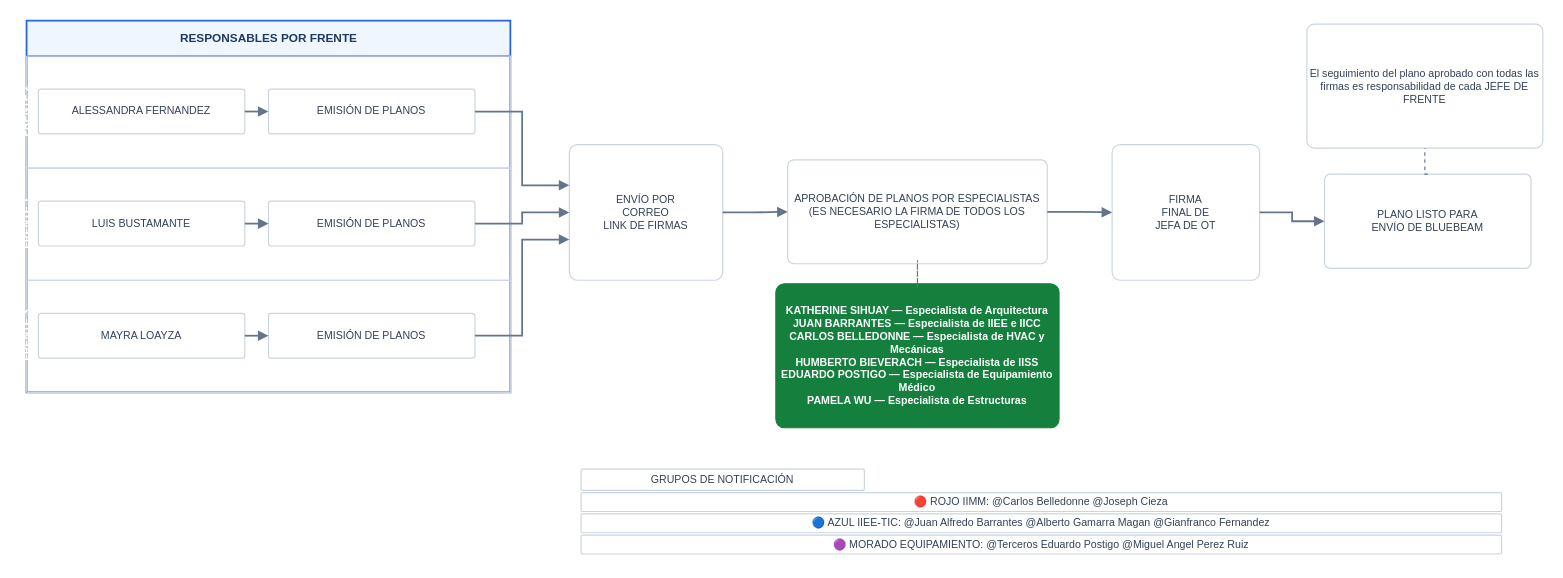
This is flujogramas_v2/FS_Planos_THSSB.drawio from ehchavezm-hub/15-otazangaro, a draw.io file, before an edit. Source tidied: cells renumbered, new cells numbered last; positions are measured from the earlier drawing's top-left corner, leaving out a move shared by most shapes. Both pictures are drawn from the tidied source at 118%, with x=0, y=0 at pixel (26, 20).
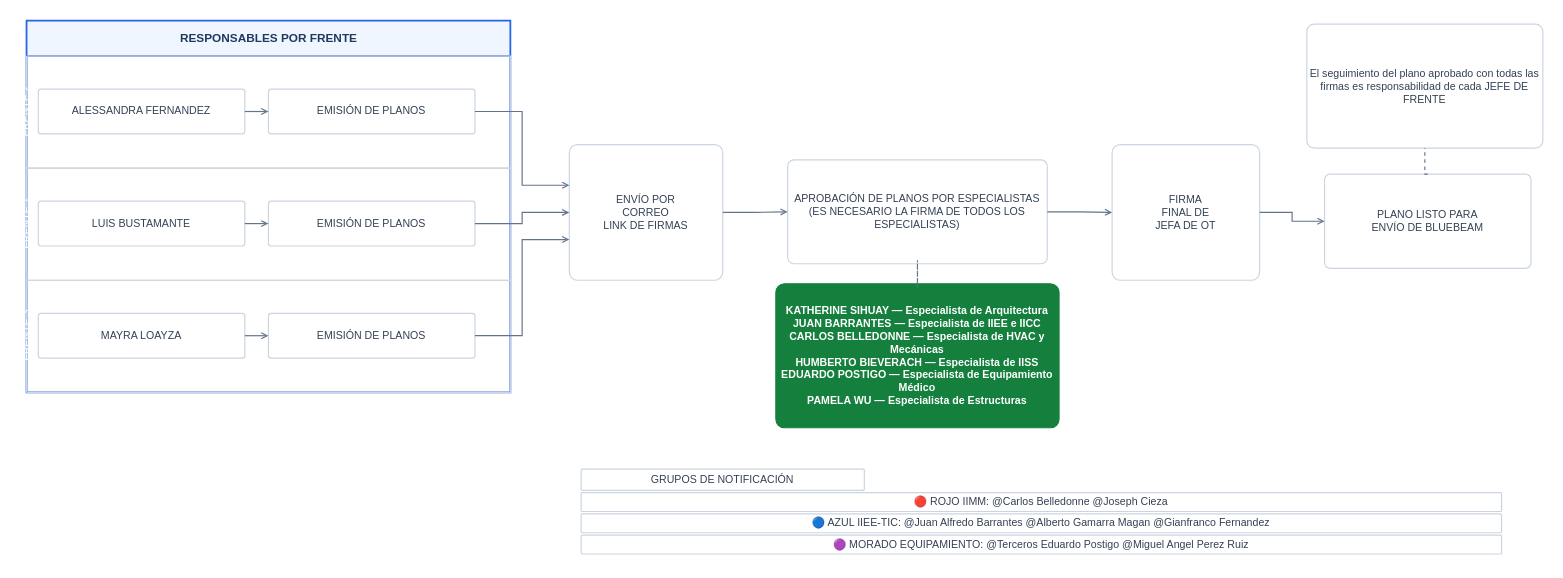
The same diagram, later.

The change refers to these unchanged cells:
```xml
<mxCell id="2" value="RESPONSABLES POR FRENTE" style="swimlane;startFill=0;startSize=30;html=1;swimlaneLine=1;fillColor=#F0F6FF;strokeColor=#2563EB;strokeWidth=1.5;fontColor=#1E3A5F;fontFamily=Helvetica;fontSize=10;fontStyle=1;" parent="1" vertex="1">
  <mxGeometry width="410" height="315" as="geometry" />
</mxCell>
<mxCell id="4" value="ALESSANDRA FERNANDEZ" style="rounded=1;arcSize=6;whiteSpace=wrap;html=1;fontFamily=Helvetica;fontSize=9;fillColor=#FFFFFF;strokeColor=#CBD5E1;fontColor=#334155;strokeWidth=1;" parent="3" vertex="1">
  <mxGeometry x="10" y="28" width="175" height="38" as="geometry" />
</mxCell>
<mxCell id="5" value="EMISIÓN DE PLANOS" style="rounded=1;arcSize=6;whiteSpace=wrap;html=1;fontFamily=Helvetica;fontSize=9;fillColor=#FFFFFF;strokeColor=#CBD5E1;fontColor=#334155;strokeWidth=1;" parent="3" vertex="1">
  <mxGeometry x="205" y="28" width="175" height="38" as="geometry" />
</mxCell>
<mxCell id="7" value="LUIS BUSTAMANTE" style="rounded=1;arcSize=6;whiteSpace=wrap;html=1;fontFamily=Helvetica;fontSize=9;fillColor=#FFFFFF;strokeColor=#CBD5E1;fontColor=#334155;strokeWidth=1;" parent="6" vertex="1">
  <mxGeometry x="10" y="28" width="175" height="38" as="geometry" />
</mxCell>
<mxCell id="8" value="EMISIÓN DE PLANOS" style="rounded=1;arcSize=6;whiteSpace=wrap;html=1;fontFamily=Helvetica;fontSize=9;fillColor=#FFFFFF;strokeColor=#CBD5E1;fontColor=#334155;strokeWidth=1;" parent="6" vertex="1">
  <mxGeometry x="205" y="28" width="175" height="38" as="geometry" />
</mxCell>
<mxCell id="10" value="MAYRA LOAYZA" style="rounded=1;arcSize=6;whiteSpace=wrap;html=1;fontFamily=Helvetica;fontSize=9;fillColor=#FFFFFF;strokeColor=#CBD5E1;fontColor=#334155;strokeWidth=1;" parent="9" vertex="1">
  <mxGeometry x="10" y="28" width="175" height="38" as="geometry" />
</mxCell>
<mxCell id="11" value="EMISIÓN DE PLANOS" style="rounded=1;arcSize=6;whiteSpace=wrap;html=1;fontFamily=Helvetica;fontSize=9;fillColor=#FFFFFF;strokeColor=#CBD5E1;fontColor=#334155;strokeWidth=1;" parent="9" vertex="1">
  <mxGeometry x="205" y="28" width="175" height="38" as="geometry" />
</mxCell>
<mxCell id="12" value="ENVÍO POR&lt;br/&gt;CORREO&lt;br/&gt;LINK DE FIRMAS" style="rounded=1;arcSize=6;whiteSpace=wrap;html=1;fontFamily=Helvetica;fontSize=9;fillColor=#FFFFFF;strokeColor=#CBD5E1;fontColor=#334155;strokeWidth=1;" parent="1" vertex="1">
  <mxGeometry x="460" y="105" width="130" height="115" as="geometry" />
</mxCell>
<mxCell id="13" value="APROBACIÓN DE PLANOS POR ESPECIALISTAS&lt;br/&gt;&lt;font style=&quot;font-size:9px;&quot;&gt;(ES NECESARIO LA FIRMA DE TODOS LOS ESPECIALISTAS)&lt;/font&gt;" style="rounded=1;arcSize=6;whiteSpace=wrap;html=1;fontFamily=Helvetica;fontSize=9;fillColor=#FFFFFF;strokeColor=#CBD5E1;fontColor=#334155;strokeWidth=1;" parent="1" vertex="1">
  <mxGeometry x="645" y="118" width="220" height="88" as="geometry" />
</mxCell>
<mxCell id="14" value="&lt;b&gt;KATHERINE SIHUAY&lt;/b&gt; — Especialista de Arquitectura&lt;br/&gt;&lt;b&gt;JUAN BARRANTES&lt;/b&gt; — Especialista de IIEE e IICC&lt;br/&gt;&lt;b&gt;CARLOS BELLEDONNE&lt;/b&gt; — Especialista de HVAC y Mecánicas&lt;br/&gt;&lt;b&gt;HUMBERTO BIEVERACH&lt;/b&gt; — Especialista de IISS&lt;br/&gt;&lt;b&gt;EDUARDO POSTIGO&lt;/b&gt; — Especialista de Equipamiento Médico&lt;br/&gt;&lt;b&gt;PAMELA WU&lt;/b&gt; — Especialista de Estructuras" style="rounded=1;arcSize=6;whiteSpace=wrap;html=1;fontFamily=Helvetica;fontSize=9;fontStyle=1;fillColor=#15803D;strokeColor=#15803D;fontColor=#FFFFFF;strokeWidth=1;" parent="1" vertex="1">
  <mxGeometry x="635" y="223" width="240" height="122" as="geometry" />
</mxCell>
<mxCell id="15" value="FIRMA&lt;br/&gt;FINAL DE&lt;br/&gt;JEFA DE OT" style="rounded=1;arcSize=6;whiteSpace=wrap;html=1;fontFamily=Helvetica;fontSize=9;fillColor=#FFFFFF;strokeColor=#CBD5E1;fontColor=#334155;strokeWidth=1;" parent="1" vertex="1">
  <mxGeometry x="920" y="105" width="125" height="115" as="geometry" />
</mxCell>
<mxCell id="16" value="El seguimiento del plano aprobado con todas las firmas es responsabilidad de cada JEFE DE FRENTE" style="rounded=1;arcSize=6;whiteSpace=wrap;html=1;fontFamily=Helvetica;fontSize=9;fillColor=#FFFFFF;strokeColor=#CBD5E1;fontColor=#334155;strokeWidth=1;" parent="1" vertex="1">
  <mxGeometry x="1085" y="3" width="200" height="105" as="geometry" />
</mxCell>
<mxCell id="17" value="PLANO LISTO PARA&lt;br/&gt;ENVÍO DE BLUEBEAM" style="rounded=1;arcSize=6;whiteSpace=wrap;html=1;fontFamily=Helvetica;fontSize=9;fillColor=#FFFFFF;strokeColor=#CBD5E1;fontColor=#334155;strokeWidth=1;" parent="1" vertex="1">
  <mxGeometry x="1100" y="130" width="175" height="80" as="geometry" />
</mxCell>
```

Change to the diagram source:
```diff
@@
-    <mxCell id="3" value="FRENTE 2" style="swimlane;startFill=1;swimlaneLine=1;startSize=0;horizontal=0;html=1;fillColor=#6B7280;strokeColor=#CBD5E1;fontColor=#FFFFFF;fontFamily=Helvetica;fontSize=9;fontStyle=1;" parent="2" vertex="1">
+    <mxCell id="3" value="FRENTE 2" style="swimlane;startFill=1;swimlaneLine=1;startSize=0;horizontal=0;html=1;fillColor=#6B7280;strokeColor=#D1D5DB;fontColor=#FFFFFF;fontFamily=Helvetica;fontSize=9;fontStyle=0;" parent="2" vertex="1">
       <mxGeometry y="30" width="410" height="95" as="geometry" />
     </mxCell>
@@
-    <mxCell id="6" value="FRENTE 1" style="swimlane;startFill=1;swimlaneLine=1;startSize=0;horizontal=0;html=1;fillColor=#6B7280;strokeColor=#CBD5E1;fontColor=#FFFFFF;fontFamily=Helvetica;fontSize=9;fontStyle=1;" parent="2" vertex="1">
+    <mxCell id="6" value="FRENTE 1" style="swimlane;startFill=1;swimlaneLine=1;startSize=0;horizontal=0;html=1;fillColor=#6B7280;strokeColor=#D1D5DB;fontColor=#FFFFFF;fontFamily=Helvetica;fontSize=9;fontStyle=0;" parent="2" vertex="1">
       <mxGeometry y="125" width="410" height="95" as="geometry" />
     </mxCell>
@@
-    <mxCell id="9" value="FRENTE 3" style="swimlane;startFill=1;swimlaneLine=1;startSize=0;horizontal=0;html=1;fillColor=#6B7280;strokeColor=#CBD5E1;fontColor=#FFFFFF;fontFamily=Helvetica;fontSize=9;fontStyle=1;" parent="2" vertex="1">
+    <mxCell id="9" value="FRENTE 3" style="swimlane;startFill=1;swimlaneLine=1;startSize=0;horizontal=0;html=1;fillColor=#6B7280;strokeColor=#D1D5DB;fontColor=#FFFFFF;fontFamily=Helvetica;fontSize=9;fontStyle=0;" parent="2" vertex="1">
       <mxGeometry y="220" width="410" height="95" as="geometry" />
     </mxCell>
@@
-    <mxCell id="23" style="edgeStyle=orthogonalEdgeStyle;rounded=0;jettySize=auto;html=1;strokeColor=#64748B;strokeWidth=1.5;endArrow=block;endFill=1;endSize=5;fontFamily=Helvetica;fontSize=8;fontStyle=0;fontColor=#475569;exitX=1;exitY=0.5;exitDx=0;exitDy=0;entryX=0;entryY=0.5;entryDx=0;entryDy=0;" parent="3" edge="1" source="4" target="5">
+    <mxCell id="23" style="edgeStyle=orthogonalEdgeStyle;rounded=0;jettySize=auto;html=1;strokeColor=#64748B;strokeWidth=1;endArrow=open;endFill=0;endSize=4;fontFamily=Helvetica;fontSize=7;fontStyle=0;fontColor=#475569;exitX=1;exitY=0.5;exitDx=0;exitDy=0;entryX=0;entryY=0.5;entryDx=0;entryDy=0;" parent="3" edge="1" source="4" target="5">
       <mxGeometry relative="1" as="geometry" />
     </mxCell>
-    <mxCell id="24" style="edgeStyle=orthogonalEdgeStyle;rounded=0;jettySize=auto;html=1;strokeColor=#64748B;strokeWidth=1.5;endArrow=block;endFill=1;endSize=5;fontFamily=Helvetica;fontSize=8;fontStyle=0;fontColor=#475569;exitX=1;exitY=0.5;exitDx=0;exitDy=0;entryX=0;entryY=0.5;entryDx=0;entryDy=0;" parent="6" edge="1" source="7" target="8">
+    <mxCell id="24" style="edgeStyle=orthogonalEdgeStyle;rounded=0;jettySize=auto;html=1;strokeColor=#64748B;strokeWidth=1;endArrow=open;endFill=0;endSize=4;fontFamily=Helvetica;fontSize=7;fontStyle=0;fontColor=#475569;exitX=1;exitY=0.5;exitDx=0;exitDy=0;entryX=0;entryY=0.5;entryDx=0;entryDy=0;" parent="6" edge="1" source="7" target="8">
       <mxGeometry relative="1" as="geometry" />
     </mxCell>
-    <mxCell id="25" style="edgeStyle=orthogonalEdgeStyle;rounded=0;jettySize=auto;html=1;strokeColor=#64748B;strokeWidth=1.5;endArrow=block;endFill=1;endSize=5;fontFamily=Helvetica;fontSize=8;fontStyle=0;fontColor=#475569;exitX=1;exitY=0.5;exitDx=0;exitDy=0;entryX=0;entryY=0.5;entryDx=0;entryDy=0;" parent="9" edge="1" source="10" target="11">
+    <mxCell id="25" style="edgeStyle=orthogonalEdgeStyle;rounded=0;jettySize=auto;html=1;strokeColor=#64748B;strokeWidth=1;endArrow=open;endFill=0;endSize=4;fontFamily=Helvetica;fontSize=7;fontStyle=0;fontColor=#475569;exitX=1;exitY=0.5;exitDx=0;exitDy=0;entryX=0;entryY=0.5;entryDx=0;entryDy=0;" parent="9" edge="1" source="10" target="11">
       <mxGeometry relative="1" as="geometry" />
     </mxCell>
-    <mxCell id="26" style="edgeStyle=orthogonalEdgeStyle;rounded=0;jettySize=auto;html=1;strokeColor=#64748B;strokeWidth=1.5;endArrow=block;endFill=1;endSize=5;fontFamily=Helvetica;fontSize=8;fontStyle=0;fontColor=#475569;exitX=1;exitY=0.5;exitDx=0;exitDy=0;entryX=0;entryY=0.3;entryDx=0;entryDy=0;" parent="1" edge="1" source="5" target="12">
+    <mxCell id="26" style="edgeStyle=orthogonalEdgeStyle;rounded=0;jettySize=auto;html=1;strokeColor=#64748B;strokeWidth=1;endArrow=open;endFill=0;endSize=4;fontFamily=Helvetica;fontSize=7;fontStyle=0;fontColor=#475569;exitX=1;exitY=0.5;exitDx=0;exitDy=0;entryX=0;entryY=0.3;entryDx=0;entryDy=0;" parent="1" edge="1" source="5" target="12">
       <mxGeometry relative="1" as="geometry" />
     </mxCell>
-    <mxCell id="27" style="edgeStyle=orthogonalEdgeStyle;rounded=0;jettySize=auto;html=1;strokeColor=#64748B;strokeWidth=1.5;endArrow=block;endFill=1;endSize=5;fontFamily=Helvetica;fontSize=8;fontStyle=0;fontColor=#475569;exitX=1;exitY=0.5;exitDx=0;exitDy=0;entryX=0;entryY=0.5;entryDx=0;entryDy=0;" parent="1" edge="1" source="8" target="12">
+    <mxCell id="27" style="edgeStyle=orthogonalEdgeStyle;rounded=0;jettySize=auto;html=1;strokeColor=#64748B;strokeWidth=1;endArrow=open;endFill=0;endSize=4;fontFamily=Helvetica;fontSize=7;fontStyle=0;fontColor=#475569;exitX=1;exitY=0.5;exitDx=0;exitDy=0;entryX=0;entryY=0.5;entryDx=0;entryDy=0;" parent="1" edge="1" source="8" target="12">
       <mxGeometry relative="1" as="geometry" />
     </mxCell>
-    <mxCell id="28" style="edgeStyle=orthogonalEdgeStyle;rounded=0;jettySize=auto;html=1;strokeColor=#64748B;strokeWidth=1.5;endArrow=block;endFill=1;endSize=5;fontFamily=Helvetica;fontSize=8;fontStyle=0;fontColor=#475569;exitX=1;exitY=0.5;exitDx=0;exitDy=0;entryX=0;entryY=0.7;entryDx=0;entryDy=0;" parent="1" edge="1" source="11" target="12">
+    <mxCell id="28" style="edgeStyle=orthogonalEdgeStyle;rounded=0;jettySize=auto;html=1;strokeColor=#64748B;strokeWidth=1;endArrow=open;endFill=0;endSize=4;fontFamily=Helvetica;fontSize=7;fontStyle=0;fontColor=#475569;exitX=1;exitY=0.5;exitDx=0;exitDy=0;entryX=0;entryY=0.7;entryDx=0;entryDy=0;" parent="1" edge="1" source="11" target="12">
       <mxGeometry relative="1" as="geometry" />
     </mxCell>
-    <mxCell id="29" style="edgeStyle=orthogonalEdgeStyle;rounded=0;jettySize=auto;html=1;strokeColor=#64748B;strokeWidth=1.5;endArrow=block;endFill=1;endSize=5;fontFamily=Helvetica;fontSize=8;fontStyle=0;fontColor=#475569;exitX=1;exitY=0.5;exitDx=0;exitDy=0;entryX=0;entryY=0.5;entryDx=0;entryDy=0;" parent="1" edge="1" source="12" target="13">
+    <mxCell id="29" style="edgeStyle=orthogonalEdgeStyle;rounded=0;jettySize=auto;html=1;strokeColor=#64748B;strokeWidth=1;endArrow=open;endFill=0;endSize=4;fontFamily=Helvetica;fontSize=7;fontStyle=0;fontColor=#475569;exitX=1;exitY=0.5;exitDx=0;exitDy=0;entryX=0;entryY=0.5;entryDx=0;entryDy=0;" parent="1" edge="1" source="12" target="13">
       <mxGeometry relative="1" as="geometry" />
     </mxCell>
-    <mxCell id="30" style="edgeStyle=orthogonalEdgeStyle;rounded=0;jettySize=auto;html=1;strokeColor=#64748B;strokeWidth=1.5;endArrow=block;endFill=1;endSize=5;fontFamily=Helvetica;fontSize=8;fontStyle=0;fontColor=#475569;exitX=1;exitY=0.5;exitDx=0;exitDy=0;entryX=0;entryY=0.5;entryDx=0;entryDy=0;" parent="1" edge="1" source="13" target="15">
+    <mxCell id="30" style="edgeStyle=orthogonalEdgeStyle;rounded=0;jettySize=auto;html=1;strokeColor=#64748B;strokeWidth=1;endArrow=open;endFill=0;endSize=4;fontFamily=Helvetica;fontSize=7;fontStyle=0;fontColor=#475569;exitX=1;exitY=0.5;exitDx=0;exitDy=0;entryX=0;entryY=0.5;entryDx=0;entryDy=0;" parent="1" edge="1" source="13" target="15">
       <mxGeometry relative="1" as="geometry" />
     </mxCell>
-    <mxCell id="31" style="edgeStyle=orthogonalEdgeStyle;rounded=0;jettySize=auto;html=1;strokeColor=#64748B;strokeWidth=1.5;endArrow=block;endFill=1;endSize=5;fontFamily=Helvetica;fontSize=8;fontStyle=0;fontColor=#475569;dashed=1;endArrow=none;endFill=0;strokeWidth=1;" parent="1" edge="1" source="13" target="14">
+    <mxCell id="31" style="edgeStyle=orthogonalEdgeStyle;rounded=0;jettySize=auto;html=1;strokeColor=#64748B;strokeWidth=1;endArrow=open;endFill=0;endSize=4;fontFamily=Helvetica;fontSize=7;fontStyle=0;fontColor=#475569;dashed=1;endArrow=none;endFill=0;strokeWidth=1;" parent="1" edge="1" source="13" target="14">
       <mxGeometry relative="1" as="geometry" />
     </mxCell>
-    <mxCell id="32" style="edgeStyle=orthogonalEdgeStyle;rounded=0;jettySize=auto;html=1;strokeColor=#64748B;strokeWidth=1.5;endArrow=block;endFill=1;endSize=5;fontFamily=Helvetica;fontSize=8;fontStyle=0;fontColor=#475569;exitX=1;exitY=0.5;exitDx=0;exitDy=0;entryX=0;entryY=0.5;entryDx=0;entryDy=0;" parent="1" edge="1" source="15" target="17">
+    <mxCell id="32" style="edgeStyle=orthogonalEdgeStyle;rounded=0;jettySize=auto;html=1;strokeColor=#64748B;strokeWidth=1;endArrow=open;endFill=0;endSize=4;fontFamily=Helvetica;fontSize=7;fontStyle=0;fontColor=#475569;exitX=1;exitY=0.5;exitDx=0;exitDy=0;entryX=0;entryY=0.5;entryDx=0;entryDy=0;" parent="1" edge="1" source="15" target="17">
       <mxGeometry relative="1" as="geometry" />
     </mxCell>
-    <mxCell id="33" style="edgeStyle=orthogonalEdgeStyle;rounded=0;jettySize=auto;html=1;strokeColor=#64748B;strokeWidth=1.5;endArrow=block;endFill=1;endSize=5;fontFamily=Helvetica;fontSize=8;fontStyle=0;fontColor=#475569;exitX=0.5;exitY=0;exitDx=0;exitDy=0;entryX=0.5;entryY=1;entryDx=0;entryDy=0;dashed=1;endArrow=none;endFill=0;strokeWidth=1;" parent="1" edge="1" source="17" target="16">
+    <mxCell id="33" style="edgeStyle=orthogonalEdgeStyle;rounded=0;jettySize=auto;html=1;strokeColor=#64748B;strokeWidth=1;endArrow=open;endFill=0;endSize=4;fontFamily=Helvetica;fontSize=7;fontStyle=0;fontColor=#475569;exitX=0.5;exitY=0;exitDx=0;exitDy=0;entryX=0.5;entryY=1;entryDx=0;entryDy=0;dashed=1;endArrow=none;endFill=0;strokeWidth=1;" parent="1" edge="1" source="17" target="16">
       <mxGeometry relative="1" as="geometry" />
     </mxCell>
```
